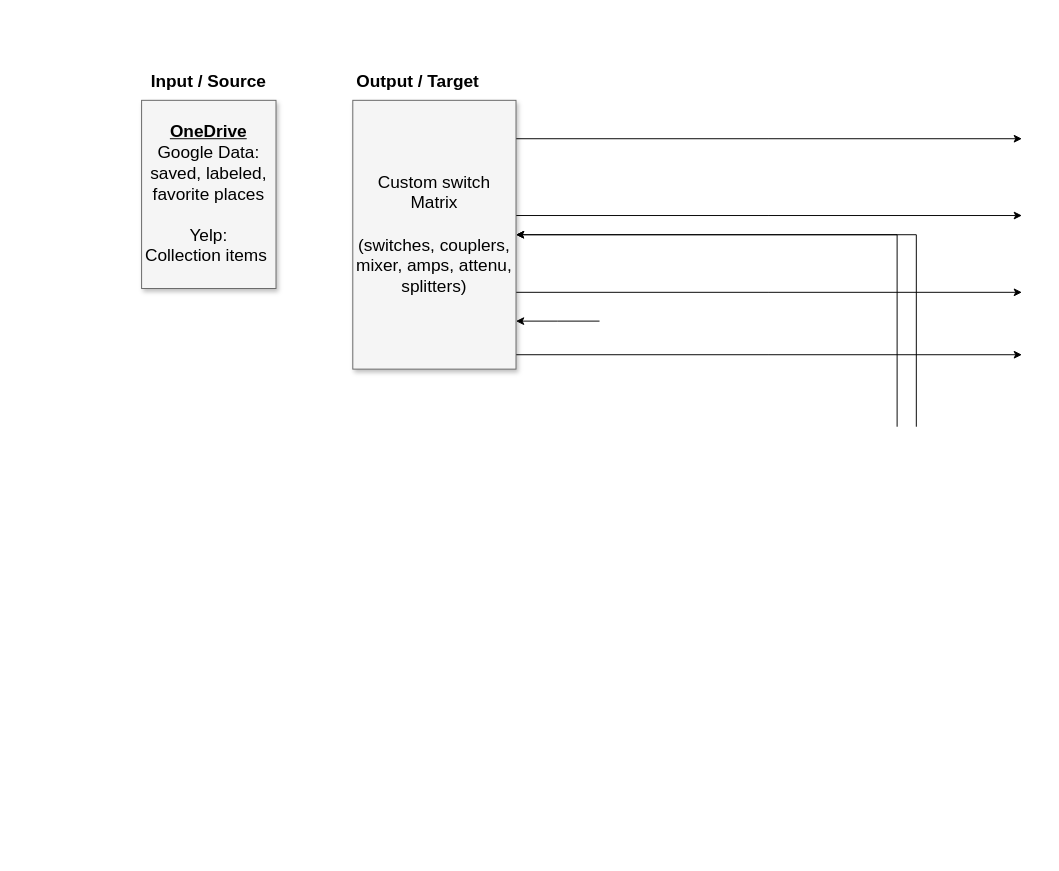
Before: Untitled Diagram.drawio in mary-vo/my-google-and-yelp-places, a draw.io diagram. Source tidied: cells renumbered, new cells numbered last; positions are measured from the earlier drawing's top-left corner, leaving out a move shared by most shapes. Both pictures are drawn from the tidied source at 96%, with x=0, y=0 at pixel (133, 67).
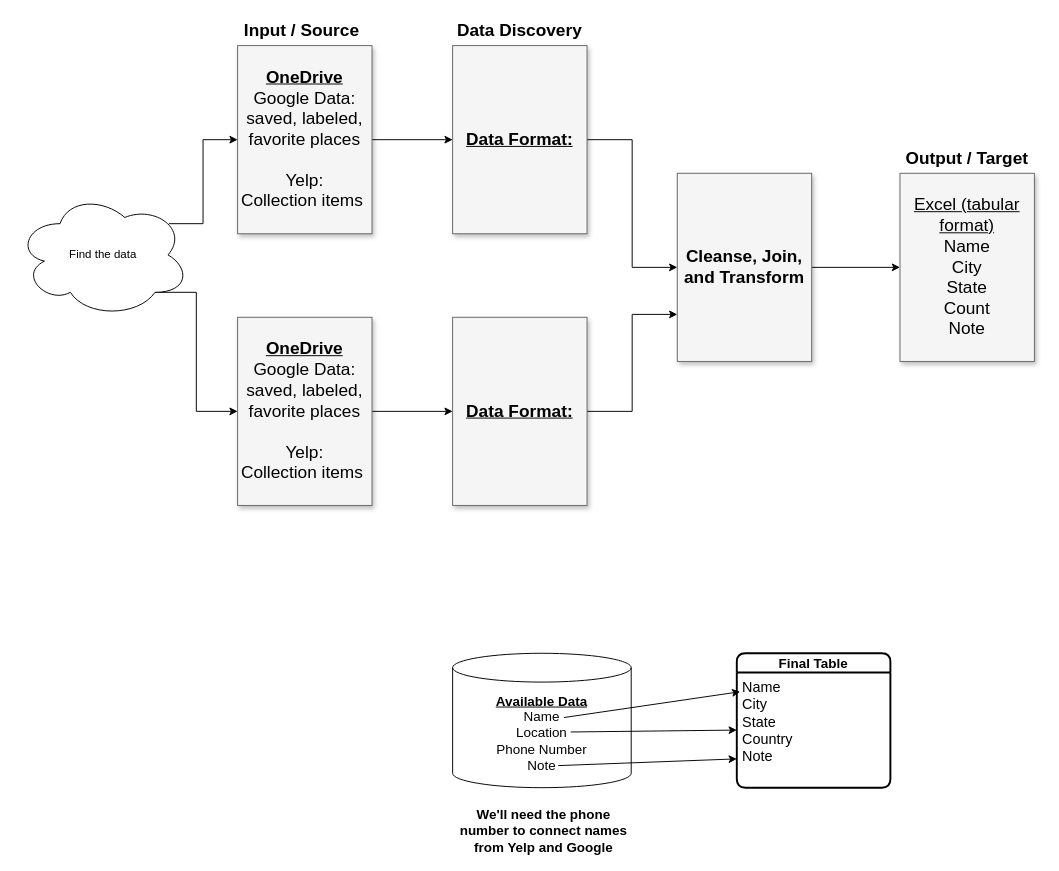
The same page after the edit.

What changed in the source:
```diff
@@
-    <mxCell id="2" style="edgeStyle=elbowEdgeStyle;rounded=0;html=1;startArrow=none;startFill=0;jettySize=auto;fontSize=18;elbow=vertical;" parent="1" edge="1" source="7">
-      <mxGeometry relative="1" as="geometry">
-        <mxPoint x="925" y="74" as="targetPoint" />
-      </mxGeometry>
-    </mxCell>
-    <mxCell id="3" style="edgeStyle=elbowEdgeStyle;rounded=0;html=1;startArrow=none;startFill=0;jettySize=auto;fontSize=18;elbow=vertical;" parent="1" edge="1" source="7">
-      <mxGeometry relative="1" as="geometry">
-        <mxPoint x="925" y="154" as="targetPoint" />
-      </mxGeometry>
-    </mxCell>
-    <mxCell id="4" style="edgeStyle=elbowEdgeStyle;rounded=0;html=1;startArrow=none;startFill=0;jettySize=auto;fontSize=18;elbow=vertical;" parent="1" edge="1" source="7">
-      <mxGeometry relative="1" as="geometry">
-        <mxPoint x="925" y="234" as="targetPoint" />
-      </mxGeometry>
-    </mxCell>
-    <mxCell id="5" style="edgeStyle=elbowEdgeStyle;rounded=0;html=1;startArrow=none;startFill=0;jettySize=auto;fontSize=18;elbow=vertical;" parent="1" edge="1" source="7">
-      <mxGeometry relative="1" as="geometry">
-        <mxPoint x="925" y="299" as="targetPoint" />
-      </mxGeometry>
-    </mxCell>
-    <mxCell id="6" style="edgeStyle=elbowEdgeStyle;rounded=0;html=1;startArrow=none;startFill=0;jettySize=auto;fontSize=18;" parent="1" edge="1" target="7">
-      <mxGeometry relative="1" as="geometry">
-        <mxPoint x="795" y="374" as="sourcePoint" />
-        <Array as="points">
-          <mxPoint x="795" y="354" />
-        </Array>
-      </mxGeometry>
-    </mxCell>
-    <mxCell id="7" value="Custom switch Matrix&lt;div&gt;&lt;br&gt;&lt;/div&gt;&lt;div&gt;(switches, couplers, mixer, amps, attenu, splitters)&lt;/div&gt;" style="whiteSpace=wrap;html=1;shadow=1;fontSize=18;fillColor=#f5f5f5;strokeColor=#666666;" parent="1" vertex="1">
-      <mxGeometry x="228" y="34" width="170" height="280" as="geometry" />
-    </mxCell>
-    <mxCell id="8" style="edgeStyle=elbowEdgeStyle;rounded=0;html=1;startArrow=none;startFill=0;jettySize=auto;fontSize=18;elbow=vertical;" parent="1" edge="1" target="7">
-      <mxGeometry relative="1" as="geometry">
-        <mxPoint x="485" y="264" as="sourcePoint" />
-      </mxGeometry>
-    </mxCell>
-    <mxCell id="9" style="edgeStyle=elbowEdgeStyle;rounded=0;html=1;startArrow=none;startFill=0;jettySize=auto;fontSize=18;" parent="1" edge="1" target="7">
-      <mxGeometry relative="1" as="geometry">
-        <mxPoint x="815" y="374" as="sourcePoint" />
-        <Array as="points">
-          <mxPoint x="815" y="354" />
-          <mxPoint x="795" y="354" />
-        </Array>
-      </mxGeometry>
-    </mxCell>
+    <mxCell id="13" style="edgeStyle=none;rounded=0;jettySize=auto;html=1;exitX=1;exitY=0.5;exitDx=0;exitDy=0;entryX=0;entryY=0.5;entryDx=0;entryDy=0;" parent="1" edge="1" source="10" target="17">
+      <mxGeometry relative="1" as="geometry" />
+    </mxCell>
     <mxCell id="10" value="&lt;b&gt;&lt;u&gt;OneDrive&lt;/u&gt;&lt;/b&gt;&lt;br&gt;Google Data:&lt;br style=&quot;border-color: var(--border-color);&quot;&gt;saved, labeled, favorite places&lt;br&gt;&lt;br&gt;Yelp:&lt;br&gt;Collection items&amp;nbsp;" style="whiteSpace=wrap;html=1;shadow=1;fontSize=18;fillColor=#f5f5f5;strokeColor=#666666;" parent="1" vertex="1">
-      <mxGeometry x="8" y="34" width="140" height="196" as="geometry" />
+      <mxGeometry x="108" y="-23" width="140" height="196" as="geometry" />
     </mxCell>
+    <mxCell id="12" value="&lt;b&gt;Input / Source&lt;/b&gt;" style="text;strokeColor=none;align=center;fillColor=none;html=1;verticalAlign=middle;whiteSpace=wrap;rounded=0;fontSize=18;" parent="1" vertex="1">
+      <mxGeometry x="97" y="-53" width="156" height="30" as="geometry" />
+    </mxCell>
+    <mxCell id="14" style="edgeStyle=orthogonalEdgeStyle;rounded=0;jettySize=auto;html=1;exitX=1;exitY=0.5;exitDx=0;exitDy=0;entryX=0;entryY=0.5;entryDx=0;entryDy=0;" parent="1" edge="1" source="15" target="19">
+      <mxGeometry relative="1" as="geometry" />
+    </mxCell>
+    <mxCell id="15" value="&lt;b&gt;&lt;u&gt;OneDrive&lt;/u&gt;&lt;/b&gt;&lt;br&gt;Google Data:&lt;br style=&quot;border-color: var(--border-color);&quot;&gt;saved, labeled, favorite places&lt;br&gt;&lt;br&gt;Yelp:&lt;br&gt;Collection items&amp;nbsp;" style="whiteSpace=wrap;html=1;shadow=1;fontSize=18;fillColor=#f5f5f5;strokeColor=#666666;" parent="1" vertex="1">
+      <mxGeometry x="108" y="260" width="140" height="196" as="geometry" />
+    </mxCell>
+    <mxCell id="16" style="edgeStyle=orthogonalEdgeStyle;rounded=0;jettySize=auto;html=1;exitX=1;exitY=0.5;exitDx=0;exitDy=0;entryX=0;entryY=0.5;entryDx=0;entryDy=0;" parent="1" edge="1" source="17" target="21">
+      <mxGeometry relative="1" as="geometry" />
+    </mxCell>
+    <mxCell id="17" value="&lt;b&gt;&lt;u&gt;Data Format:&lt;/u&gt;&lt;/b&gt;" style="whiteSpace=wrap;html=1;shadow=1;fontSize=18;fillColor=#f5f5f5;strokeColor=#666666;" parent="1" vertex="1">
+      <mxGeometry x="332" y="-23" width="140" height="196" as="geometry" />
+    </mxCell>
+    <mxCell id="18" style="edgeStyle=orthogonalEdgeStyle;rounded=0;jettySize=auto;html=1;exitX=1;exitY=0.5;exitDx=0;exitDy=0;entryX=0;entryY=0.75;entryDx=0;entryDy=0;" parent="1" edge="1" source="19" target="21">
+      <mxGeometry relative="1" as="geometry" />
+    </mxCell>
+    <mxCell id="19" value="&lt;b&gt;&lt;u&gt;Data Format:&lt;/u&gt;&lt;/b&gt;" style="whiteSpace=wrap;html=1;shadow=1;fontSize=18;fillColor=#f5f5f5;strokeColor=#666666;" parent="1" vertex="1">
+      <mxGeometry x="332" y="260" width="140" height="196" as="geometry" />
+    </mxCell>
+    <mxCell id="20" style="edgeStyle=orthogonalEdgeStyle;rounded=0;jettySize=auto;html=1;exitX=1;exitY=0.5;exitDx=0;exitDy=0;" parent="1" edge="1" source="21" target="22">
+      <mxGeometry relative="1" as="geometry" />
+    </mxCell>
+    <mxCell id="21" value="&lt;b&gt;Cleanse, Join, and Transform&lt;/b&gt;" style="whiteSpace=wrap;html=1;shadow=1;fontSize=18;fillColor=#f5f5f5;strokeColor=#666666;" parent="1" vertex="1">
+      <mxGeometry x="566" y="110" width="140" height="196" as="geometry" />
+    </mxCell>
+    <mxCell id="22" value="&lt;span style=&quot;text-decoration-line: underline;&quot;&gt;Excel (tabular format)&lt;/span&gt;&lt;br&gt;Name&lt;br&gt;City&lt;br&gt;State&lt;br&gt;Count&lt;br&gt;Note" style="whiteSpace=wrap;html=1;shadow=1;fontSize=18;fillColor=#f5f5f5;strokeColor=#666666;" parent="1" vertex="1">
+      <mxGeometry x="798" y="110" width="140" height="196" as="geometry" />
+    </mxCell>
+    <mxCell id="23" style="edgeStyle=elbowEdgeStyle;rounded=0;jettySize=auto;html=1;exitX=0.88;exitY=0.25;exitDx=0;exitDy=0;exitPerimeter=0;entryX=0;entryY=0.5;entryDx=0;entryDy=0;" parent="1" edge="1" source="25" target="10">
+      <mxGeometry relative="1" as="geometry" />
+    </mxCell>
+    <mxCell id="24" style="edgeStyle=elbowEdgeStyle;rounded=0;jettySize=auto;html=1;exitX=0.8;exitY=0.8;exitDx=0;exitDy=0;exitPerimeter=0;entryX=0;entryY=0.5;entryDx=0;entryDy=0;" parent="1" edge="1" source="25" target="15">
+      <mxGeometry relative="1" as="geometry" />
+    </mxCell>
+    <mxCell id="25" value="Find the data" style="ellipse;shape=cloud;whiteSpace=wrap;html=1;" parent="1" vertex="1">
+      <mxGeometry x="-122" y="130" width="180" height="130" as="geometry" />
+    </mxCell>
+    <mxCell id="26" value="&lt;b&gt;Data Discovery&lt;/b&gt;" style="text;strokeColor=none;align=center;fillColor=none;html=1;verticalAlign=middle;whiteSpace=wrap;rounded=0;fontSize=18;" parent="1" vertex="1">
+      <mxGeometry x="324" y="-53" width="156" height="30" as="geometry" />
+    </mxCell>
     <mxCell id="11" value="&lt;b&gt;Output / Target&lt;/b&gt;" style="text;strokeColor=none;align=center;fillColor=none;html=1;verticalAlign=middle;whiteSpace=wrap;rounded=0;fontSize=18;" parent="1" vertex="1">
-      <mxGeometry x="218" width="156" height="30" as="geometry" />
+      <mxGeometry x="790" y="80" width="156" height="30" as="geometry" />
     </mxCell>
-    <mxCell id="12" value="&lt;b&gt;Input / Source&lt;/b&gt;" style="text;strokeColor=none;align=center;fillColor=none;html=1;verticalAlign=middle;whiteSpace=wrap;rounded=0;fontSize=18;" parent="1" vertex="1">
-      <mxGeometry width="156" height="30" as="geometry" />
-    </mxCell>
+    <mxCell id="27" value="&lt;font style=&quot;font-size: 14px;&quot;&gt;&lt;b&gt;&lt;u&gt;Available Data&lt;/u&gt;&lt;/b&gt;&lt;br&gt;Name&lt;br&gt;Location&lt;br&gt;Phone Number&lt;br&gt;Note&lt;br&gt;&lt;/font&gt;" style="shape=cylinder3;whiteSpace=wrap;html=1;boundedLbl=1;backgroundOutline=1;size=15;" parent="1" vertex="1">
+      <mxGeometry x="332" y="610" width="186" height="140" as="geometry" />
+    </mxCell>
+    <mxCell id="28" value="Final Table" style="swimlane;horizontal=1;startSize=20;rounded=1;fontSize=14;fontStyle=1;strokeWidth=2;shadow=0;dashed=0;align=center;" parent="1" vertex="1">
+      <mxGeometry x="628" y="610" width="160" height="140" as="geometry" />
+    </mxCell>
+    <mxCell id="29" value="Name&#10;City&#10;State&#10;Country&#10;Note" style="align=left;strokeColor=none;fillColor=none;spacingLeft=4;fontSize=15;verticalAlign=top;" parent="28" vertex="1">
+      <mxGeometry y="20" width="160" height="120" as="geometry" />
+    </mxCell>
+    <mxCell id="30" style="endArrow=classic;html=1;rounded=0;fontSize=14;entryX=0;entryY=0.5;entryDx=0;entryDy=0;" parent="1" edge="1" target="29">
+      <mxGeometry relative="1" as="geometry">
+        <mxPoint x="455" y="692" as="sourcePoint" />
+      </mxGeometry>
+    </mxCell>
+    <mxCell id="31" style="endArrow=classic;html=1;rounded=0;fontSize=14;exitX=0.624;exitY=0.478;exitDx=0;exitDy=0;exitPerimeter=0;entryX=0.022;entryY=0.167;entryDx=0;entryDy=0;entryPerimeter=0;" parent="1" edge="1" source="27" target="29">
+      <mxGeometry relative="1" as="geometry" />
+    </mxCell>
+    <mxCell id="32" style="endArrow=classic;html=1;rounded=0;fontSize=14;entryX=0;entryY=0.75;entryDx=0;entryDy=0;" parent="1" edge="1" target="29">
+      <mxGeometry relative="1" as="geometry">
+        <mxPoint x="442" y="727" as="sourcePoint" />
+      </mxGeometry>
+    </mxCell>
+    <mxCell id="33" value="We'll need the phone number to connect names from Yelp and Google" style="text;strokeColor=none;align=center;fillColor=none;html=1;verticalAlign=middle;whiteSpace=wrap;rounded=0;fontSize=14;fontStyle=1;" parent="1" vertex="1">
+      <mxGeometry x="332" y="780" width="190" height="30" as="geometry" />
+    </mxCell>
```
